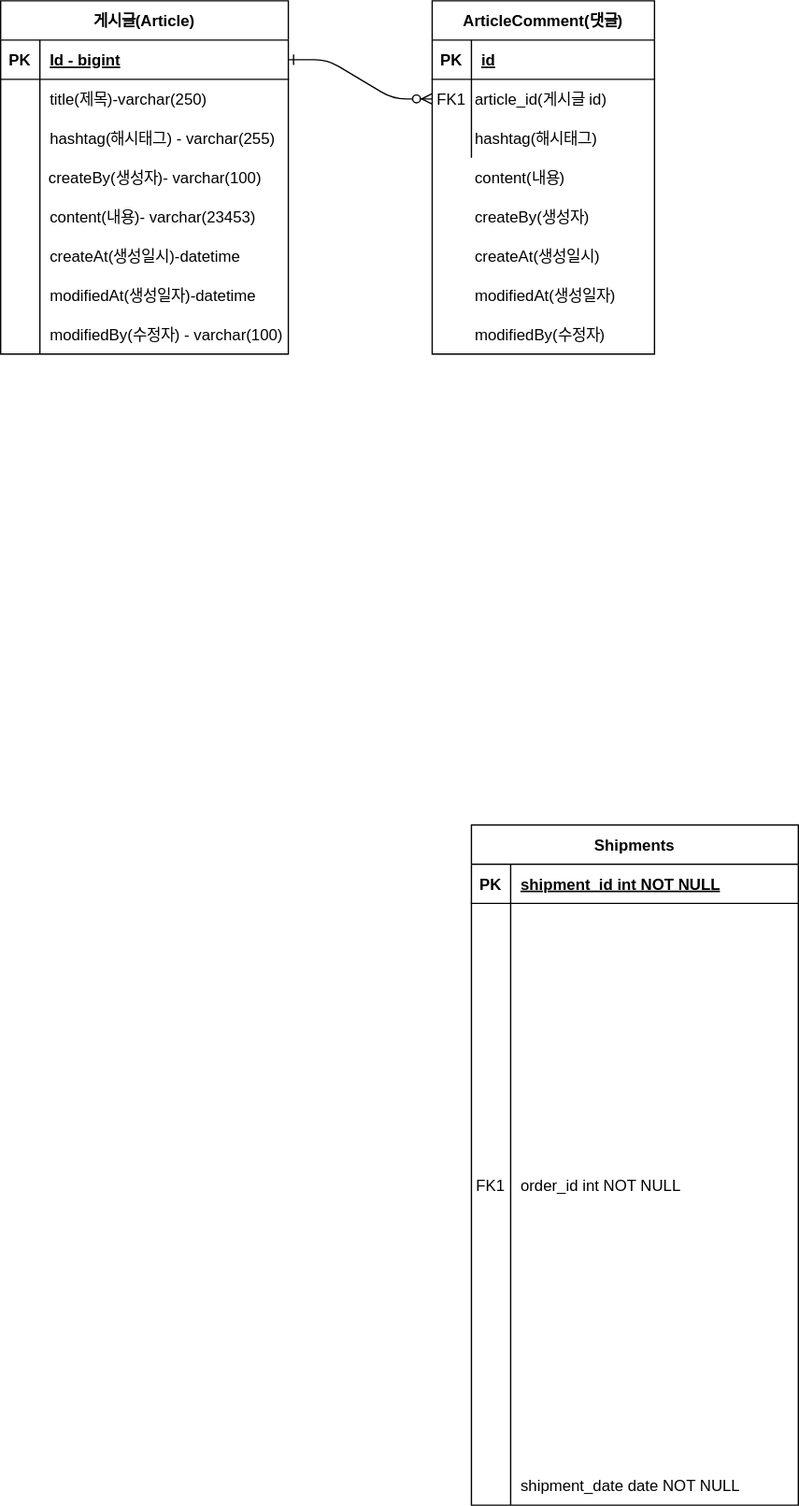
Earlier version of the draw.io export project-board-erd.svg (dongju97/toyproject-board). Source tidied: cells renumbered, new cells last; positions are measured from the earlier drawing's top-left corner, leaving out a move shared by most shapes.
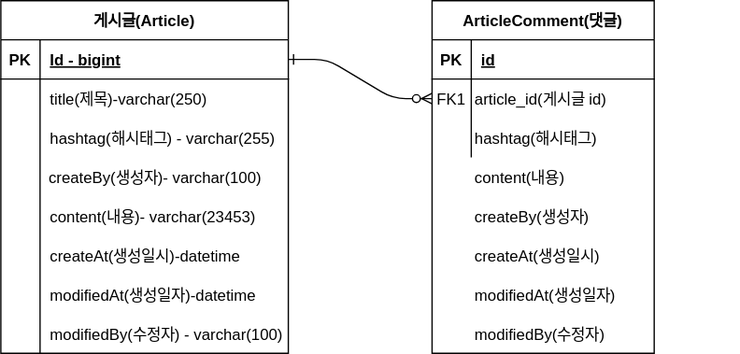
After the change.

Change to the diagram source:
```diff
@@ -35,36 +35,6 @@
     <mxCell id="12" style="shape=partialRectangle;overflow=hidden;fillColor=none;top=0;left=0;bottom=0;right=0;align=left;spacingLeft=6;" parent="10" vertex="1">
       <mxGeometry x="30" width="140" height="30" as="geometry" />
     </mxCell>
-    <mxCell id="13" value="Shipments" style="shape=table;startSize=30;rowLines=0;fontStyle=1;align=center;" parent="1" vertex="1">
-      <mxGeometry x="360" y="630" width="250" height="520" as="geometry" />
-    </mxCell>
-    <mxCell id="14" style="shape=partialRectangle;fillColor=none;top=0;left=0;right=0;bottom=1;" parent="13" vertex="1">
-      <mxGeometry y="30" width="250" height="30" as="geometry" />
-    </mxCell>
-    <mxCell id="15" value="PK" style="shape=partialRectangle;overflow=hidden;fillColor=none;top=0;left=0;bottom=0;right=0;fontStyle=1;" parent="14" vertex="1">
-      <mxGeometry width="30" height="30" as="geometry" />
-    </mxCell>
-    <mxCell id="16" value="shipment_id int NOT NULL " style="shape=partialRectangle;overflow=hidden;fillColor=none;top=0;left=0;bottom=0;right=0;align=left;spacingLeft=6;fontStyle=5;" parent="14" vertex="1">
-      <mxGeometry x="30" width="220" height="30" as="geometry" />
-    </mxCell>
-    <mxCell id="17" style="shape=partialRectangle;fillColor=none;top=0;left=0;right=0;bottom=0;" parent="13" vertex="1">
-      <mxGeometry y="60" width="250" height="430" as="geometry" />
-    </mxCell>
-    <mxCell id="18" value="FK1" style="shape=partialRectangle;overflow=hidden;fillColor=none;top=0;left=0;bottom=0;right=0;" parent="17" vertex="1">
-      <mxGeometry width="30" height="430" as="geometry" />
-    </mxCell>
-    <mxCell id="19" value="order_id int NOT NULL" style="shape=partialRectangle;overflow=hidden;fillColor=none;top=0;left=0;bottom=0;right=0;align=left;spacingLeft=6;" parent="17" vertex="1">
-      <mxGeometry x="30" width="220" height="430" as="geometry" />
-    </mxCell>
-    <mxCell id="20" style="shape=partialRectangle;fillColor=none;top=0;left=0;right=0;bottom=0;" parent="13" vertex="1">
-      <mxGeometry y="490" width="250" height="30" as="geometry" />
-    </mxCell>
-    <mxCell id="21" style="shape=partialRectangle;overflow=hidden;fillColor=none;top=0;left=0;bottom=0;right=0;" parent="20" vertex="1">
-      <mxGeometry width="30" height="30" as="geometry" />
-    </mxCell>
-    <mxCell id="22" value="shipment_date date NOT NULL" style="shape=partialRectangle;overflow=hidden;fillColor=none;top=0;left=0;bottom=0;right=0;align=left;spacingLeft=6;" parent="20" vertex="1">
-      <mxGeometry x="30" width="220" height="30" as="geometry" />
-    </mxCell>
     <mxCell id="23" value="게시글(Article)" style="shape=table;startSize=30;rowLines=0;fontStyle=1;align=center;" parent="1" vertex="1">
       <mxGeometry width="220" height="270" as="geometry" />
     </mxCell>
```
